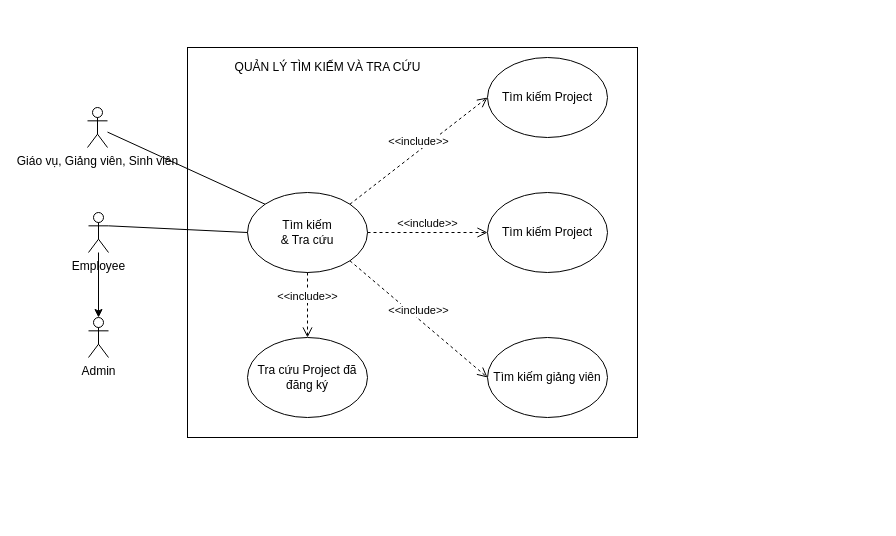
This is page "Usecase tk_va_tracuu" (14 of 18) of doc/QuanLyDoAn.drawio from lampn0/quan_ly_do_an_20211, a draw.io file, before an edit. Source tidied: cells renumbered, new cells numbered last; positions are measured from the earlier drawing's top-left corner, leaving out a move shared by most shapes. Both pictures are drawn from the tidied source at 100%, with x=0, y=0 at pixel (87, 47).
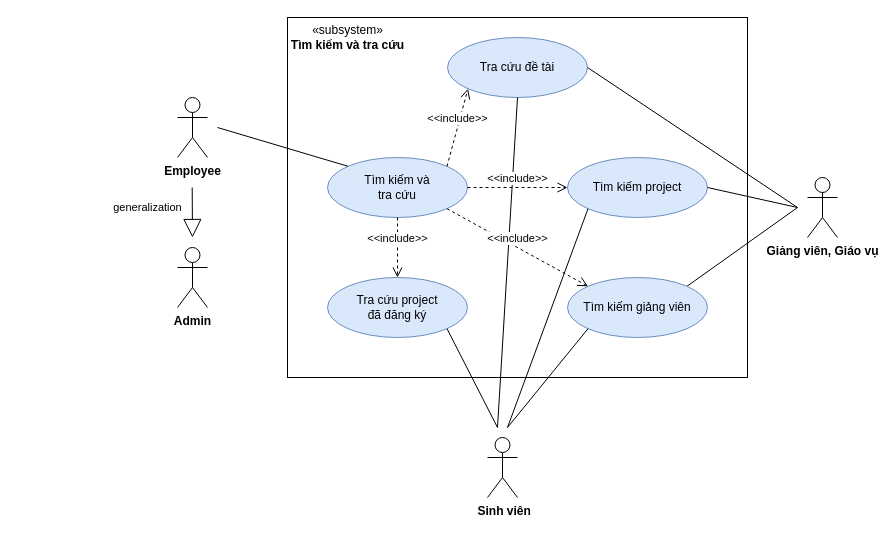
The same page after the edit.

What changed in the source:
```diff
@@
-    <mxCell id="2" style="rounded=0;whiteSpace=wrap;html=1;" parent="1" vertex="1">
-      <mxGeometry x="100" width="450" height="390" as="geometry" />
-    </mxCell>
-    <mxCell id="3" value="QUẢN LÝ TÌM KIẾM VÀ TRA CỨU" style="text;html=1;align=center;verticalAlign=middle;strokeColor=none;fillColor=none;" parent="1" vertex="1">
-      <mxGeometry x="140" y="10" width="200" height="20" as="geometry" />
-    </mxCell>
+    <mxCell id="19" style="rounded=0;whiteSpace=wrap;html=1;glass=0;shadow=0;" parent="1" vertex="1">
+      <mxGeometry x="200" y="-30" width="460" height="360" as="geometry" />
+    </mxCell>
+    <mxCell id="20" value="«subsystem»&lt;br&gt;&lt;b&gt;Tìm kiếm và tra cứu&lt;/b&gt;" style="html=1;rounded=1;glass=0;align=center;strokeColor=none;fillColor=none;" parent="1" vertex="1">
+      <mxGeometry x="200" y="-30" width="120" height="40" as="geometry" />
+    </mxCell>
+    <mxCell id="21" value="Giảng viên, Giáo vụ" style="shape=umlActor;verticalLabelPosition=bottom;verticalAlign=top;html=1;rounded=1;shadow=0;glass=0;fillColor=none;align=center;fontStyle=1;" parent="1" vertex="1">
+      <mxGeometry x="720" y="130" width="30" height="60" as="geometry" />
+    </mxCell>
+    <mxCell id="22" style="endArrow=none;html=1;entryX=1;entryY=0;entryDx=0;entryDy=0;" parent="1" edge="1" target="12">
+      <mxGeometry relative="1" as="geometry">
+        <mxPoint x="710" y="160" as="sourcePoint" />
+      </mxGeometry>
+    </mxCell>
+    <mxCell id="23" value="&amp;nbsp;Sinh viên" style="shape=umlActor;verticalLabelPosition=bottom;verticalAlign=top;html=1;rounded=1;shadow=0;glass=0;fillColor=none;align=center;fontStyle=1;" parent="1" vertex="1">
+      <mxGeometry x="400" y="390" width="30" height="60" as="geometry" />
+    </mxCell>
+    <mxCell id="24" value="Tìm kiếm và&lt;br&gt;tra cứu" style="ellipse;whiteSpace=wrap;html=1;rounded=1;glass=0;align=center;fillColor=#dae8fc;strokeColor=#6c8ebf;" parent="1" vertex="1">
+      <mxGeometry x="240" y="110" width="140" height="60" as="geometry" />
+    </mxCell>
+    <mxCell id="25" value="Tìm kiếm project" style="ellipse;whiteSpace=wrap;html=1;rounded=1;glass=0;align=center;fillColor=#dae8fc;strokeColor=#6c8ebf;" parent="1" vertex="1">
+      <mxGeometry x="480" y="110" width="140" height="60" as="geometry" />
+    </mxCell>
+    <mxCell id="26" value="Tra cứu đề tài" style="ellipse;whiteSpace=wrap;html=1;rounded=1;glass=0;align=center;fillColor=#dae8fc;strokeColor=#6c8ebf;" parent="1" vertex="1">
+      <mxGeometry x="360" y="-10" width="140" height="60" as="geometry" />
+    </mxCell>
+    <mxCell id="12" value="Tìm kiếm giảng viên" style="ellipse;whiteSpace=wrap;html=1;rounded=1;glass=0;align=center;fillColor=#dae8fc;strokeColor=#6c8ebf;" parent="1" vertex="1">
+      <mxGeometry x="480" y="230" width="140" height="60" as="geometry" />
+    </mxCell>
+    <mxCell id="27" value="Tra cứu project &lt;br&gt;đã đăng ký" style="ellipse;whiteSpace=wrap;html=1;rounded=1;glass=0;align=center;fillColor=#dae8fc;strokeColor=#6c8ebf;" parent="1" vertex="1">
+      <mxGeometry x="240" y="230" width="140" height="60" as="geometry" />
+    </mxCell>
+    <mxCell id="28" value="generalization" style="endArrow=block;endSize=16;endFill=0;html=1;" parent="1" edge="1">
+      <mxGeometry x="-0.21" y="-45" relative="1" as="geometry">
+        <mxPoint x="104.7" y="140" as="sourcePoint" />
+        <mxPoint x="105" y="190" as="targetPoint" />
+      </mxGeometry>
+    </mxCell>
-    <mxCell id="4" value="Employee" style="shape=umlActor;verticalLabelPosition=bottom;verticalAlign=top;html=1;outlineConnect=0;" parent="1" vertex="1">
-      <mxGeometry x="1" y="165" width="20" height="40" as="geometry" />
+    <mxCell id="4" value="Employee" style="shape=umlActor;verticalLabelPosition=bottom;verticalAlign=top;html=1;rounded=1;shadow=0;glass=0;fillColor=none;align=center;fontStyle=1;" parent="1" vertex="1">
+      <mxGeometry x="90" y="50" width="30" height="60" as="geometry" />
     </mxCell>
-    <mxCell id="5" value="Tìm kiếm&lt;br&gt;&amp;amp; Tra cứu" style="ellipse;whiteSpace=wrap;html=1;" parent="1" vertex="1">
-      <mxGeometry x="160" y="145" width="120" height="80" as="geometry" />
-    </mxCell>
-    <mxCell id="6" value="Tìm kiếm Project" style="ellipse;whiteSpace=wrap;html=1;" parent="1" vertex="1">
-      <mxGeometry x="400" y="145" width="120" height="80" as="geometry" />
-    </mxCell>
+    <mxCell id="9" value="Admin" style="shape=umlActor;verticalLabelPosition=bottom;verticalAlign=top;html=1;rounded=1;shadow=0;glass=0;fillColor=none;align=center;fontStyle=1;" parent="1" vertex="1">
+      <mxGeometry x="90" y="200" width="30" height="60" as="geometry" />
+    </mxCell>
+    <mxCell id="29" style="endArrow=none;html=1;entryX=0;entryY=0;entryDx=0;entryDy=0;" parent="1" edge="1" target="24">
+      <mxGeometry relative="1" as="geometry">
+        <mxPoint x="130" y="80" as="sourcePoint" />
+      </mxGeometry>
+    </mxCell>
+    <mxCell id="30" style="endArrow=none;html=1;entryX=1;entryY=0.5;entryDx=0;entryDy=0;" parent="1" edge="1" target="25">
+      <mxGeometry relative="1" as="geometry">
+        <mxPoint x="710" y="160" as="sourcePoint" />
+      </mxGeometry>
+    </mxCell>
+    <mxCell id="31" style="endArrow=none;html=1;entryX=1;entryY=0.5;entryDx=0;entryDy=0;" parent="1" edge="1" target="26">
+      <mxGeometry relative="1" as="geometry">
+        <mxPoint x="710" y="160" as="sourcePoint" />
+      </mxGeometry>
+    </mxCell>
+    <mxCell id="32" style="endArrow=none;html=1;entryX=1;entryY=1;entryDx=0;entryDy=0;" parent="1" edge="1" target="27">
+      <mxGeometry relative="1" as="geometry">
+        <mxPoint x="410" y="380" as="sourcePoint" />
+      </mxGeometry>
+    </mxCell>
+    <mxCell id="33" style="endArrow=none;html=1;entryX=0;entryY=1;entryDx=0;entryDy=0;" parent="1" edge="1" target="12">
+      <mxGeometry relative="1" as="geometry">
+        <mxPoint x="420" y="380" as="sourcePoint" />
+      </mxGeometry>
+    </mxCell>
+    <mxCell id="34" style="endArrow=none;html=1;entryX=0;entryY=1;entryDx=0;entryDy=0;" parent="1" edge="1" target="25">
+      <mxGeometry relative="1" as="geometry">
+        <mxPoint x="420" y="380" as="sourcePoint" />
+      </mxGeometry>
+    </mxCell>
+    <mxCell id="35" style="endArrow=none;html=1;entryX=0.5;entryY=1;entryDx=0;entryDy=0;" parent="1" edge="1" target="26">
+      <mxGeometry relative="1" as="geometry">
+        <mxPoint x="410" y="380" as="sourcePoint" />
+      </mxGeometry>
+    </mxCell>
+    <mxCell id="18" value="&amp;lt;&amp;lt;include&amp;gt;&amp;gt;" style="html=1;verticalAlign=bottom;endArrow=open;dashed=1;endSize=8;rounded=0;exitX=0.5;exitY=1;exitDx=0;exitDy=0;entryX=0.5;entryY=0;entryDx=0;entryDy=0;" parent="1" edge="1" source="24" target="27">
+      <mxGeometry relative="1" as="geometry" />
+    </mxCell>
+    <mxCell id="36" value="&amp;lt;&amp;lt;include&amp;gt;&amp;gt;" style="html=1;verticalAlign=bottom;endArrow=open;dashed=1;endSize=8;rounded=0;exitX=1;exitY=1;exitDx=0;exitDy=0;entryX=0;entryY=0;entryDx=0;entryDy=0;" parent="1" edge="1" source="24" target="12">
+      <mxGeometry relative="1" as="geometry" />
+    </mxCell>
-    <mxCell id="7" value="&amp;lt;&amp;lt;include&amp;gt;&amp;gt;" style="html=1;verticalAlign=bottom;endArrow=open;dashed=1;endSize=8;rounded=0;exitX=1;exitY=0.5;exitDx=0;exitDy=0;entryX=0;entryY=0.5;entryDx=0;entryDy=0;" parent="1" edge="1" source="5" target="6">
+    <mxCell id="7" value="&amp;lt;&amp;lt;include&amp;gt;&amp;gt;" style="html=1;verticalAlign=bottom;endArrow=open;dashed=1;endSize=8;rounded=0;exitX=1;exitY=0.5;exitDx=0;exitDy=0;entryX=0;entryY=0.5;entryDx=0;entryDy=0;" parent="1" edge="1" source="24" target="25">
       <mxGeometry relative="1" as="geometry" />
     </mxCell>
-    <mxCell id="8" style="endArrow=none;html=1;rounded=0;exitX=0;exitY=0.5;exitDx=0;exitDy=0;entryX=1;entryY=0.3333333333333333;entryDx=0;entryDy=0;entryPerimeter=0;" parent="1" edge="1" source="5" target="4">
-      <mxGeometry relative="1" as="geometry" />
-    </mxCell>
-    <mxCell id="9" value="Admin" style="shape=umlActor;verticalLabelPosition=bottom;verticalAlign=top;html=1;outlineConnect=0;" parent="1" vertex="1">
-      <mxGeometry x="1" y="270" width="20" height="40" as="geometry" />
-    </mxCell>
-    <mxCell id="10" style="endArrow=classic;html=1;rounded=0;entryX=0.5;entryY=0;entryDx=0;entryDy=0;entryPerimeter=0;" parent="1" edge="1" source="4" target="9">
-      <mxGeometry relative="1" as="geometry" />
-    </mxCell>
-    <mxCell id="11" value="Tìm kiếm Project" style="ellipse;whiteSpace=wrap;html=1;" parent="1" vertex="1">
-      <mxGeometry x="400" y="10" width="120" height="80" as="geometry" />
-    </mxCell>
-    <mxCell id="12" value="Tìm kiếm giảng viên" style="ellipse;whiteSpace=wrap;html=1;" parent="1" vertex="1">
-      <mxGeometry x="400" y="290" width="120" height="80" as="geometry" />
-    </mxCell>
-    <mxCell id="13" value="Tra cứu Project đã đăng ký" style="ellipse;whiteSpace=wrap;html=1;" parent="1" vertex="1">
-      <mxGeometry x="160" y="290" width="120" height="80" as="geometry" />
-    </mxCell>
-    <mxCell id="14" value="Giáo vụ, Giảng viên, Sinh viên" style="shape=umlActor;verticalLabelPosition=bottom;verticalAlign=top;html=1;outlineConnect=0;" parent="1" vertex="1">
-      <mxGeometry y="60" width="20" height="40" as="geometry" />
-    </mxCell>
-    <mxCell id="15" style="endArrow=none;html=1;rounded=0;exitX=0;exitY=0;exitDx=0;exitDy=0;" parent="1" edge="1" source="5" target="14">
-      <mxGeometry relative="1" as="geometry" />
-    </mxCell>
-    <mxCell id="16" value="&amp;lt;&amp;lt;include&amp;gt;&amp;gt;" style="html=1;verticalAlign=bottom;endArrow=open;dashed=1;endSize=8;rounded=0;exitX=1;exitY=0;exitDx=0;exitDy=0;entryX=0;entryY=0.5;entryDx=0;entryDy=0;" parent="1" edge="1" source="5" target="11">
-      <mxGeometry relative="1" as="geometry" />
-    </mxCell>
-    <mxCell id="17" value="&amp;lt;&amp;lt;include&amp;gt;&amp;gt;" style="html=1;verticalAlign=bottom;endArrow=open;dashed=1;endSize=8;rounded=0;exitX=1;exitY=1;exitDx=0;exitDy=0;entryX=0;entryY=0.5;entryDx=0;entryDy=0;" parent="1" edge="1" source="5" target="12">
-      <mxGeometry relative="1" as="geometry" />
-    </mxCell>
-    <mxCell id="18" value="&amp;lt;&amp;lt;include&amp;gt;&amp;gt;" style="html=1;verticalAlign=bottom;endArrow=open;dashed=1;endSize=8;rounded=0;exitX=0.5;exitY=1;exitDx=0;exitDy=0;entryX=0.5;entryY=0;entryDx=0;entryDy=0;" parent="1" edge="1" source="5" target="13">
-      <mxGeometry relative="1" as="geometry" />
-    </mxCell>
+    <mxCell id="37" value="&amp;lt;&amp;lt;include&amp;gt;&amp;gt;" style="html=1;verticalAlign=bottom;endArrow=open;dashed=1;endSize=8;rounded=0;exitX=1;exitY=0;exitDx=0;exitDy=0;entryX=0;entryY=1;entryDx=0;entryDy=0;" parent="1" edge="1" source="24" target="26">
+      <mxGeometry relative="1" as="geometry" />
+    </mxCell>
```
